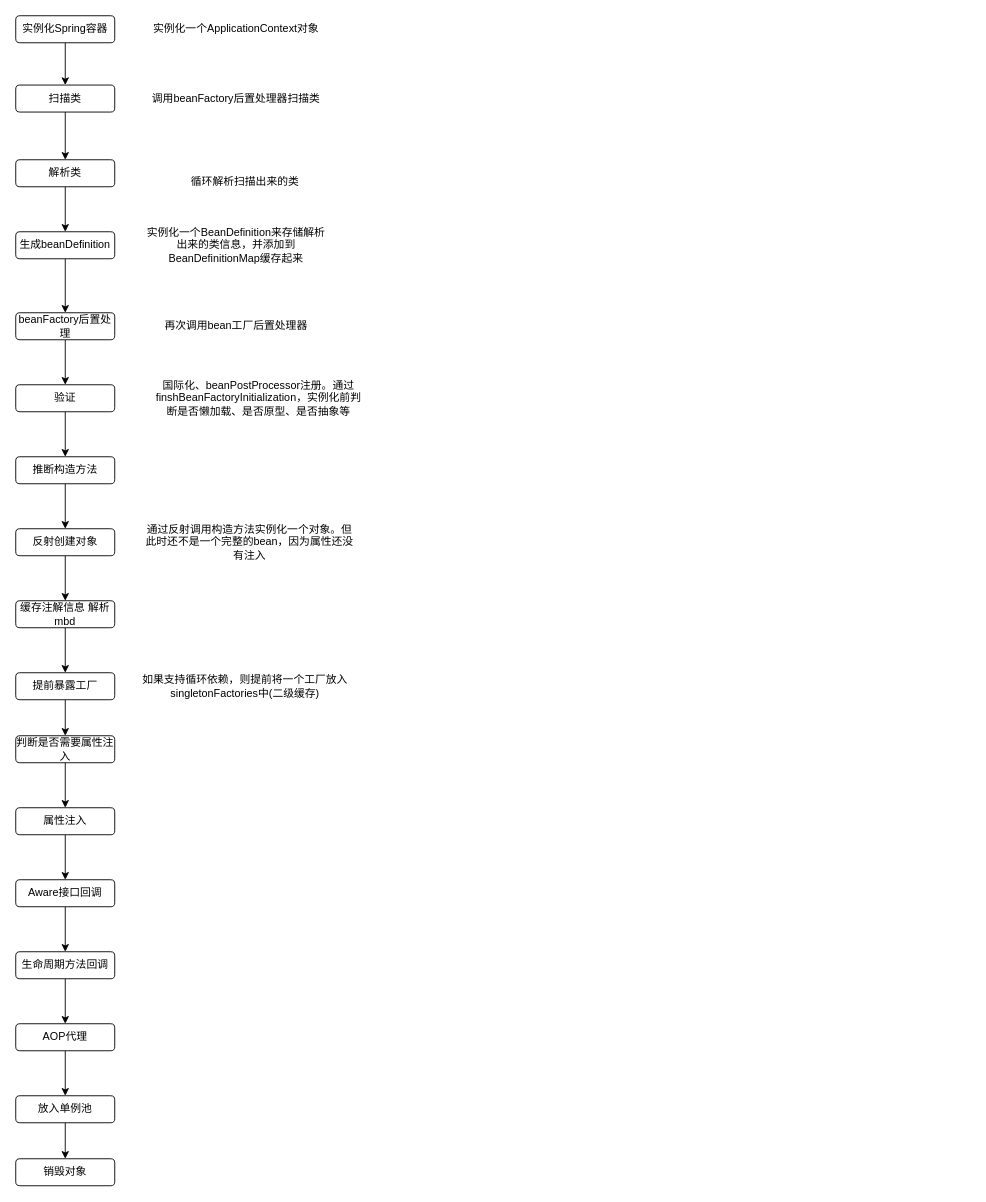
The draw.io diagram Spring.drawio in vvhard/draw_io, before the edit. Source tidied: cells renumbered, new cells numbered last; positions are measured from the earlier drawing's top-left corner, leaving out a move shared by most shapes. Both pictures are drawn from the tidied source at 90%, with x=0, y=0 at pixel (15, 15).
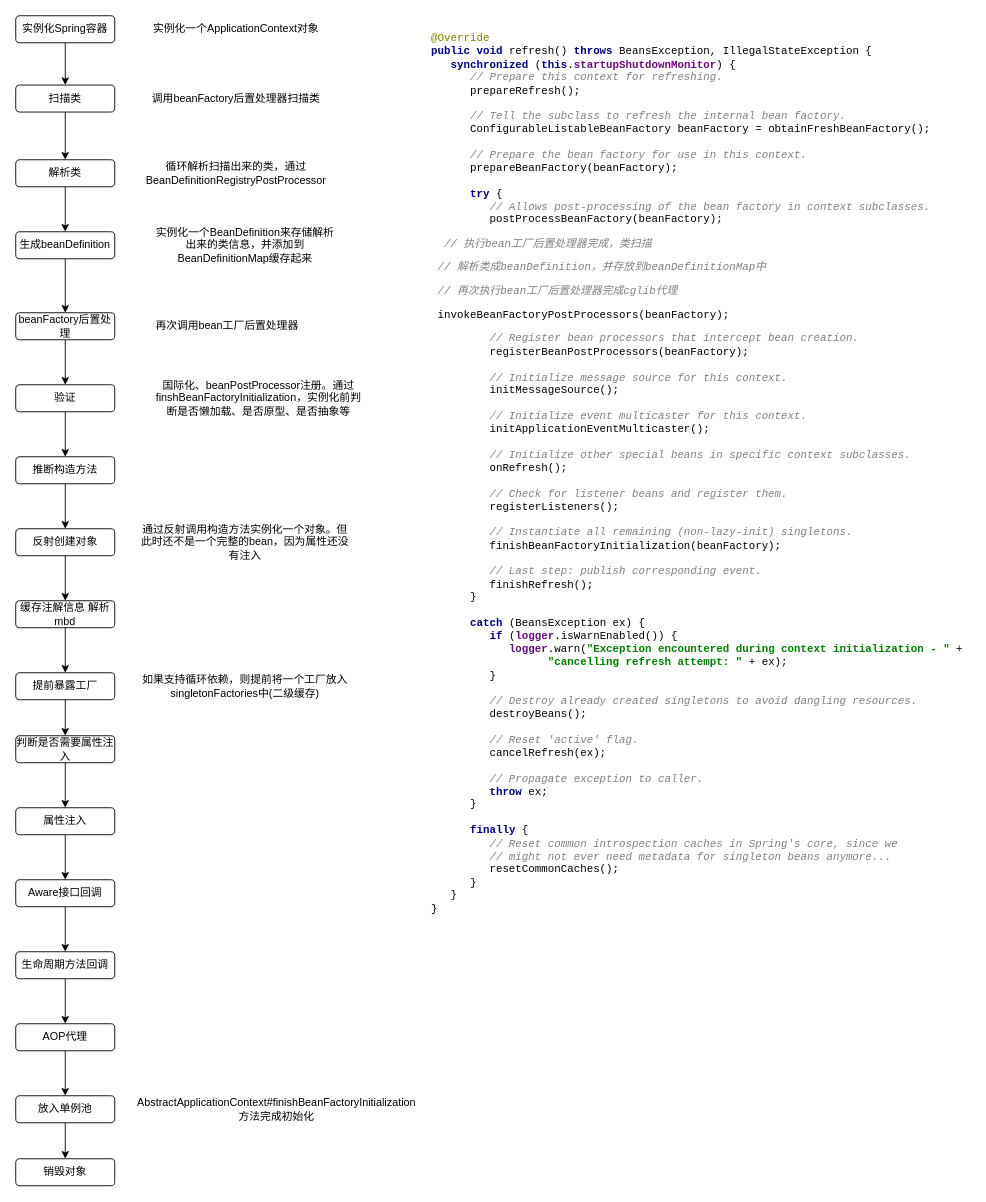
After the change.

Diff of the diagram source:
```diff
@@
+    <mxCell id="43" value="&lt;pre style=&quot;background-color:#ffffff;color:#000000;font-family:'Courier New';font-size:9.0pt;&quot;&gt;&lt;span style=&quot;color:#808000;&quot;&gt;@Override&lt;br&gt;&lt;/span&gt;&lt;span style=&quot;color:#000080;font-weight:bold;&quot;&gt;public void &lt;/span&gt;refresh() &lt;span style=&quot;color:#000080;font-weight:bold;&quot;&gt;throws &lt;/span&gt;BeansException, IllegalStateException {&lt;br&gt;   &lt;span style=&quot;color:#000080;font-weight:bold;&quot;&gt;synchronized &lt;/span&gt;(&lt;span style=&quot;color:#000080;font-weight:bold;&quot;&gt;this&lt;/span&gt;.&lt;span style=&quot;color:#660e7a;font-weight:bold;&quot;&gt;startupShutdownMonitor&lt;/span&gt;) {&lt;br&gt;      &lt;span style=&quot;color:#808080;font-style:italic;&quot;&gt;// Prepare this context for refreshing.&lt;br&gt;&lt;/span&gt;&lt;span style=&quot;color:#808080;font-style:italic;&quot;&gt;      &lt;/span&gt;prepareRefresh();&lt;br&gt;&lt;br&gt;      &lt;span style=&quot;color:#808080;font-style:italic;&quot;&gt;// Tell the subclass to refresh the internal bean factory.&lt;br&gt;&lt;/span&gt;&lt;span style=&quot;color:#808080;font-style:italic;&quot;&gt;      &lt;/span&gt;ConfigurableListableBeanFactory beanFactory = obtainFreshBeanFactory();&lt;br&gt;&lt;br&gt;      &lt;span style=&quot;color:#808080;font-style:italic;&quot;&gt;// Prepare the bean factory for use in this context.&lt;br&gt;&lt;/span&gt;&lt;span style=&quot;color:#808080;font-style:italic;&quot;&gt;      &lt;/span&gt;prepareBeanFactory(beanFactory);&lt;br&gt;&lt;br&gt;      &lt;span style=&quot;color:#000080;font-weight:bold;&quot;&gt;try &lt;/span&gt;{&lt;br&gt;         &lt;span style=&quot;color:#808080;font-style:italic;&quot;&gt;// Allows post-processing of the bean factory in context subclasses.&lt;br&gt;&lt;/span&gt;&lt;span style=&quot;color:#808080;font-style:italic;&quot;&gt;         &lt;/span&gt;postProcessBeanFactory(beanFactory);&lt;/pre&gt;&lt;pre style=&quot;background-color:#ffffff;color:#000000;font-family:'Courier New';font-size:9.0pt;&quot;&gt;&lt;span style=&quot;color:#808080;font-style:italic;&quot;&gt;&lt;span style=&quot;white-space: pre;&quot;&gt; &lt;/span&gt; // 执行bean工厂后置处理器完成，类扫描&lt;/span&gt;&lt;/pre&gt;&lt;pre style=&quot;background-color:#ffffff;color:#000000;font-family:'Courier New';font-size:9.0pt;&quot;&gt;&lt;span style=&quot;color:#808080;font-style:italic;&quot;&gt;&lt;span style=&quot;white-space: pre;&quot;&gt; &lt;/span&gt;// 解析类成beanDefinition，并存放到beanDefinitionMap中&lt;br&gt;&lt;/span&gt;&lt;/pre&gt;&lt;pre style=&quot;background-color:#ffffff;color:#000000;font-family:'Courier New';font-size:9.0pt;&quot;&gt;&lt;span style=&quot;color:#808080;font-style:italic;&quot;&gt;&lt;span style=&quot;white-space: pre;&quot;&gt; &lt;/span&gt;// 再次执行bean工厂后置处理器完成cglib代理&lt;/span&gt;&lt;/pre&gt;&lt;pre style=&quot;background-color:#ffffff;color:#000000;font-family:'Courier New';font-size:9.0pt;&quot;&gt;&lt;span style=&quot;white-space: pre;&quot;&gt; &lt;/span&gt;invokeBeanFactoryPostProcessors(beanFactory);&lt;/pre&gt;&lt;pre style=&quot;background-color:#ffffff;color:#000000;font-family:'Courier New';font-size:9.0pt;&quot;&gt;         &lt;span style=&quot;color:#808080;font-style:italic;&quot;&gt;// Register bean processors that intercept bean creation.&lt;br&gt;&lt;/span&gt;&lt;span style=&quot;color:#808080;font-style:italic;&quot;&gt;         &lt;/span&gt;registerBeanPostProcessors(beanFactory);&lt;br&gt;&lt;br&gt;         &lt;span style=&quot;color:#808080;font-style:italic;&quot;&gt;// Initialize message source for this context.&lt;br&gt;&lt;/span&gt;&lt;span style=&quot;color:#808080;font-style:italic;&quot;&gt;         &lt;/span&gt;initMessageSource();&lt;br&gt;&lt;br&gt;         &lt;span style=&quot;color:#808080;font-style:italic;&quot;&gt;// Initialize event multicaster for this context.&lt;br&gt;&lt;/span&gt;&lt;span style=&quot;color:#808080;font-style:italic;&quot;&gt;         &lt;/span&gt;initApplicationEventMulticaster();&lt;br&gt;&lt;br&gt;         &lt;span style=&quot;color:#808080;font-style:italic;&quot;&gt;// Initialize other special beans in specific context subclasses.&lt;br&gt;&lt;/span&gt;&lt;span style=&quot;color:#808080;font-style:italic;&quot;&gt;         &lt;/span&gt;onRefresh();&lt;br&gt;&lt;br&gt;         &lt;span style=&quot;color:#808080;font-style:italic;&quot;&gt;// Check for listener beans and register them.&lt;br&gt;&lt;/span&gt;&lt;span style=&quot;color:#808080;font-style:italic;&quot;&gt;         &lt;/span&gt;registerListeners();&lt;br&gt;&lt;br&gt;         &lt;span style=&quot;color:#808080;font-style:italic;&quot;&gt;// Instantiate all remaining (non-lazy-init) singletons.&lt;br&gt;&lt;/span&gt;&lt;span style=&quot;color:#808080;font-style:italic;&quot;&gt;         &lt;/span&gt;finishBeanFactoryInitialization(beanFactory);&lt;br&gt;&lt;br&gt;         &lt;span style=&quot;color:#808080;font-style:italic;&quot;&gt;// Last step: publish corresponding event.&lt;br&gt;&lt;/span&gt;&lt;span style=&quot;color:#808080;font-style:italic;&quot;&gt;         &lt;/span&gt;finishRefresh();&lt;br&gt;      }&lt;br&gt;&lt;br&gt;      &lt;span style=&quot;color:#000080;font-weight:bold;&quot;&gt;catch &lt;/span&gt;(BeansException ex) {&lt;br&gt;         &lt;span style=&quot;color:#000080;font-weight:bold;&quot;&gt;if &lt;/span&gt;(&lt;span style=&quot;color:#660e7a;font-weight:bold;&quot;&gt;logger&lt;/span&gt;.isWarnEnabled()) {&lt;br&gt;            &lt;span style=&quot;color:#660e7a;font-weight:bold;&quot;&gt;logger&lt;/span&gt;.warn(&lt;span style=&quot;color:#008000;font-weight:bold;&quot;&gt;&quot;Exception encountered during context initialization - &quot; &lt;/span&gt;+&lt;br&gt;                  &lt;span style=&quot;color:#008000;font-weight:bold;&quot;&gt;&quot;cancelling refresh attempt: &quot; &lt;/span&gt;+ ex);&lt;br&gt;         }&lt;br&gt;&lt;br&gt;         &lt;span style=&quot;color:#808080;font-style:italic;&quot;&gt;// Destroy already created singletons to avoid dangling resources.&lt;br&gt;&lt;/span&gt;&lt;span style=&quot;color:#808080;font-style:italic;&quot;&gt;         &lt;/span&gt;destroyBeans();&lt;br&gt;&lt;br&gt;         &lt;span style=&quot;color:#808080;font-style:italic;&quot;&gt;// Reset 'active' flag.&lt;br&gt;&lt;/span&gt;&lt;span style=&quot;color:#808080;font-style:italic;&quot;&gt;         &lt;/span&gt;cancelRefresh(ex);&lt;br&gt;&lt;br&gt;         &lt;span style=&quot;color:#808080;font-style:italic;&quot;&gt;// Propagate exception to caller.&lt;br&gt;&lt;/span&gt;&lt;span style=&quot;color:#808080;font-style:italic;&quot;&gt;         &lt;/span&gt;&lt;span style=&quot;color:#000080;font-weight:bold;&quot;&gt;throw &lt;/span&gt;ex;&lt;br&gt;      }&lt;br&gt;&lt;br&gt;      &lt;span style=&quot;color:#000080;font-weight:bold;&quot;&gt;finally &lt;/span&gt;{&lt;br&gt;         &lt;span style=&quot;color:#808080;font-style:italic;&quot;&gt;// Reset common introspection caches in Spring's core, since we&lt;br&gt;&lt;/span&gt;&lt;span style=&quot;color:#808080;font-style:italic;&quot;&gt;         // might not ever need metadata for singleton beans anymore...&lt;br&gt;&lt;/span&gt;&lt;span style=&quot;color:#808080;font-style:italic;&quot;&gt;         &lt;/span&gt;resetCommonCaches();&lt;br&gt;      }&lt;br&gt;   }&lt;br&gt;}&lt;/pre&gt;" style="text;whiteSpace=wrap;html=1;" parent="1" vertex="1">
+      <mxGeometry x="460" width="600" height="950" as="geometry" />
+    </mxCell>
@@
     <mxCell id="37" value="再次调用bean工厂后置处理器" style="text;html=1;strokeColor=none;fillColor=none;align=center;verticalAlign=middle;whiteSpace=wrap;rounded=0;" parent="1" vertex="1">
-      <mxGeometry x="140" y="330" width="210" height="30" as="geometry" />
+      <mxGeometry x="140" y="330" width="190" height="30" as="geometry" />
     </mxCell>
-    <mxCell id="38" value="循环解析扫描出来的类" style="text;html=1;strokeColor=none;fillColor=none;align=center;verticalAlign=middle;whiteSpace=wrap;rounded=0;" parent="1" vertex="1">
-      <mxGeometry x="150" y="170" width="210" height="30" as="geometry" />
+    <mxCell id="38" value="循环解析扫描出来的类，通过BeanDefinitionRegistryPostProcessor" style="text;html=1;strokeColor=none;fillColor=none;align=center;verticalAlign=middle;whiteSpace=wrap;rounded=0;" parent="1" vertex="1">
+      <mxGeometry x="140" y="160" width="210" height="30" as="geometry" />
     </mxCell>
     <mxCell id="39" value="实例化一个BeanDefinition来存储解析出来的类信息，并添加到BeanDefinitionMap缓存起来" style="text;html=1;strokeColor=none;fillColor=none;align=center;verticalAlign=middle;whiteSpace=wrap;rounded=0;" parent="1" vertex="1">
-      <mxGeometry x="140" y="240" width="210" height="30" as="geometry" />
+      <mxGeometry x="150" y="240" width="210" height="30" as="geometry" />
     </mxCell>
@@
     <mxCell id="41" value="通过反射调用构造方法实例化一个对象。但此时还不是一个完整的bean，因为属性还没有注入" style="text;html=1;strokeColor=none;fillColor=none;align=center;verticalAlign=middle;whiteSpace=wrap;rounded=0;" parent="1" vertex="1">
-      <mxGeometry x="140" y="560" width="240" height="50" as="geometry" />
+      <mxGeometry x="135" y="560" width="240" height="50" as="geometry" />
     </mxCell>
@@
+    <mxCell id="44" value="AbstractApplicationContext#finishBeanFactoryInitialization方法完成初始化" style="text;html=1;strokeColor=none;fillColor=none;align=center;verticalAlign=middle;whiteSpace=wrap;rounded=0;" parent="1" vertex="1">
+      <mxGeometry x="135" y="1200" width="310" height="30" as="geometry" />
+    </mxCell>
```
